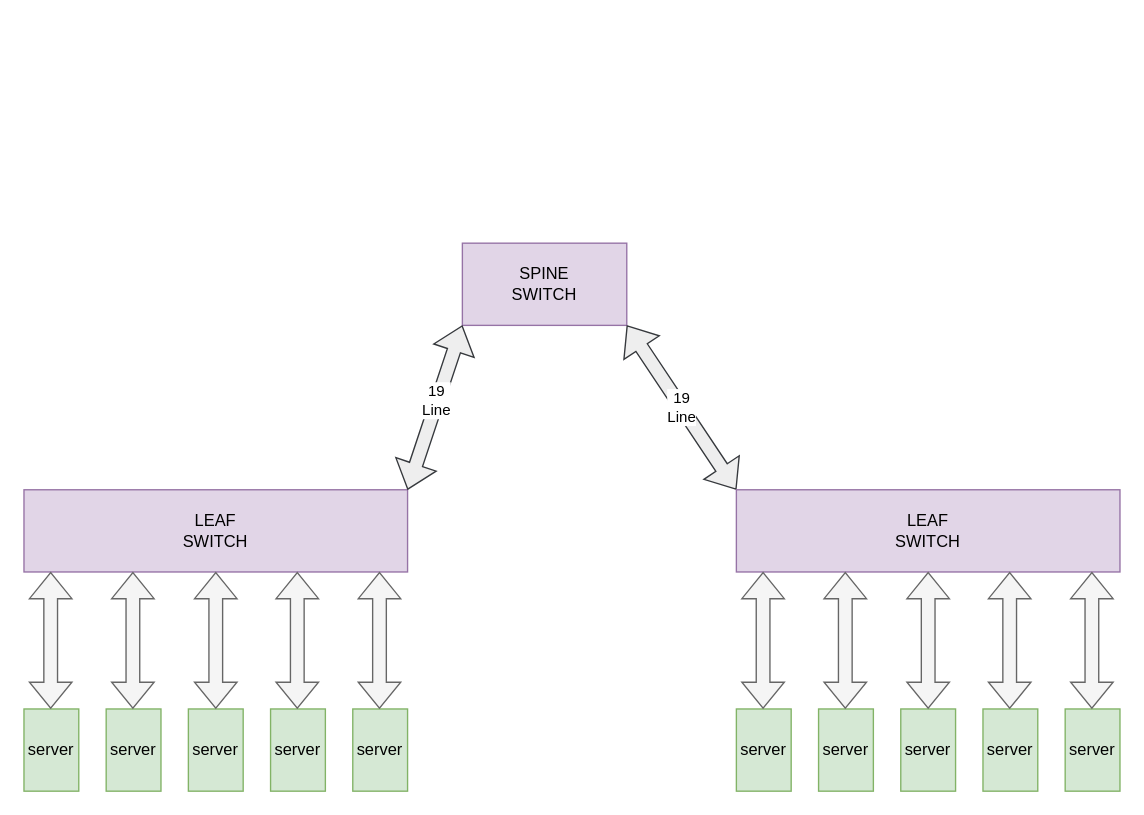
Before: Yanchen80CardNetTopo.drawio in BEYHHH/SBLP, a draw.io diagram. Source tidied: cells renumbered, new cells numbered last; positions are measured from the earlier drawing's top-left corner, leaving out a move shared by most shapes. Both pictures are drawn from the tidied source at 137%, with x=0, y=0 at pixel (23, 242).
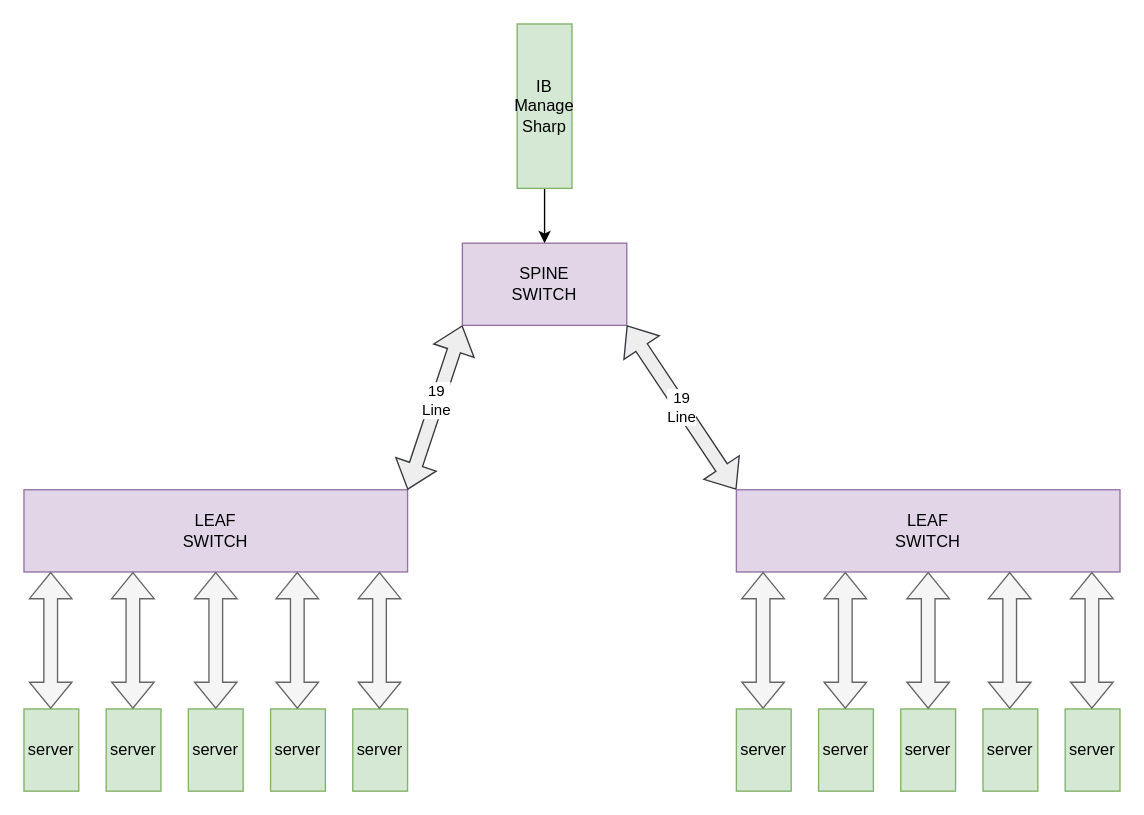
After the change.

The change refers to these unchanged cells:
```xml
<mxCell id="2" value="SPINE&lt;br&gt;SWITCH" style="rounded=0;whiteSpace=wrap;html=1;fillColor=#e1d5e7;strokeColor=#9673a6;" parent="1" vertex="1">
  <mxGeometry x="320" width="120" height="60" as="geometry" />
</mxCell>
```

What changed in the source:
```diff
@@
+    <mxCell id="28" style="edgeStyle=orthogonalEdgeStyle;rounded=0;jettySize=auto;html=1;" parent="1" edge="1" source="29" target="2">
+      <mxGeometry relative="1" as="geometry" />
+    </mxCell>
+    <mxCell id="29" value="IB&lt;br&gt;Manage&lt;br&gt;Sharp" style="rounded=0;whiteSpace=wrap;html=1;fillColor=#d5e8d4;strokeColor=#82b366;" parent="1" vertex="1">
+      <mxGeometry x="360" y="-160" width="40" height="120" as="geometry" />
+    </mxCell>
```
